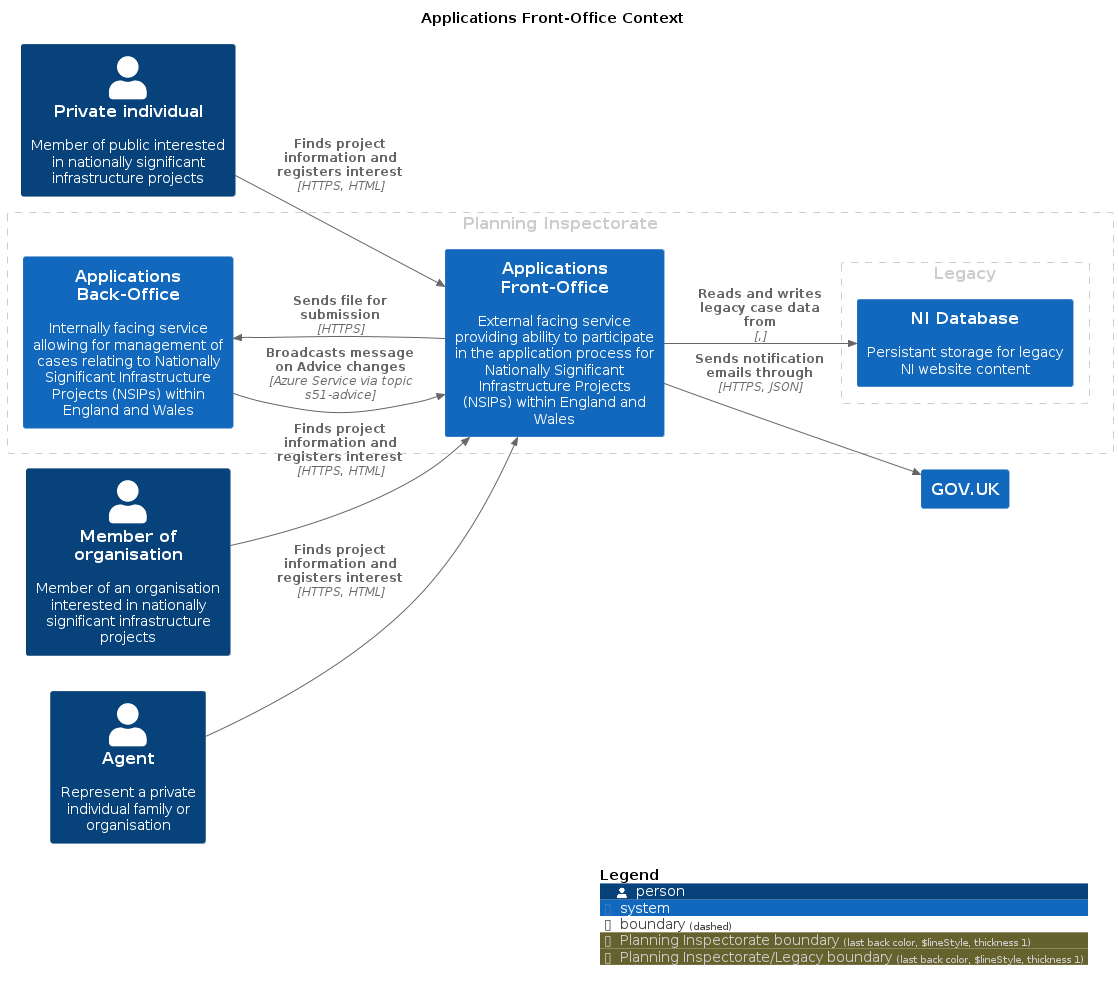
Earlier version of the PlantUML export master/png/ApplicationsFOContext.png (Planning-Inspectorate/applications-service).
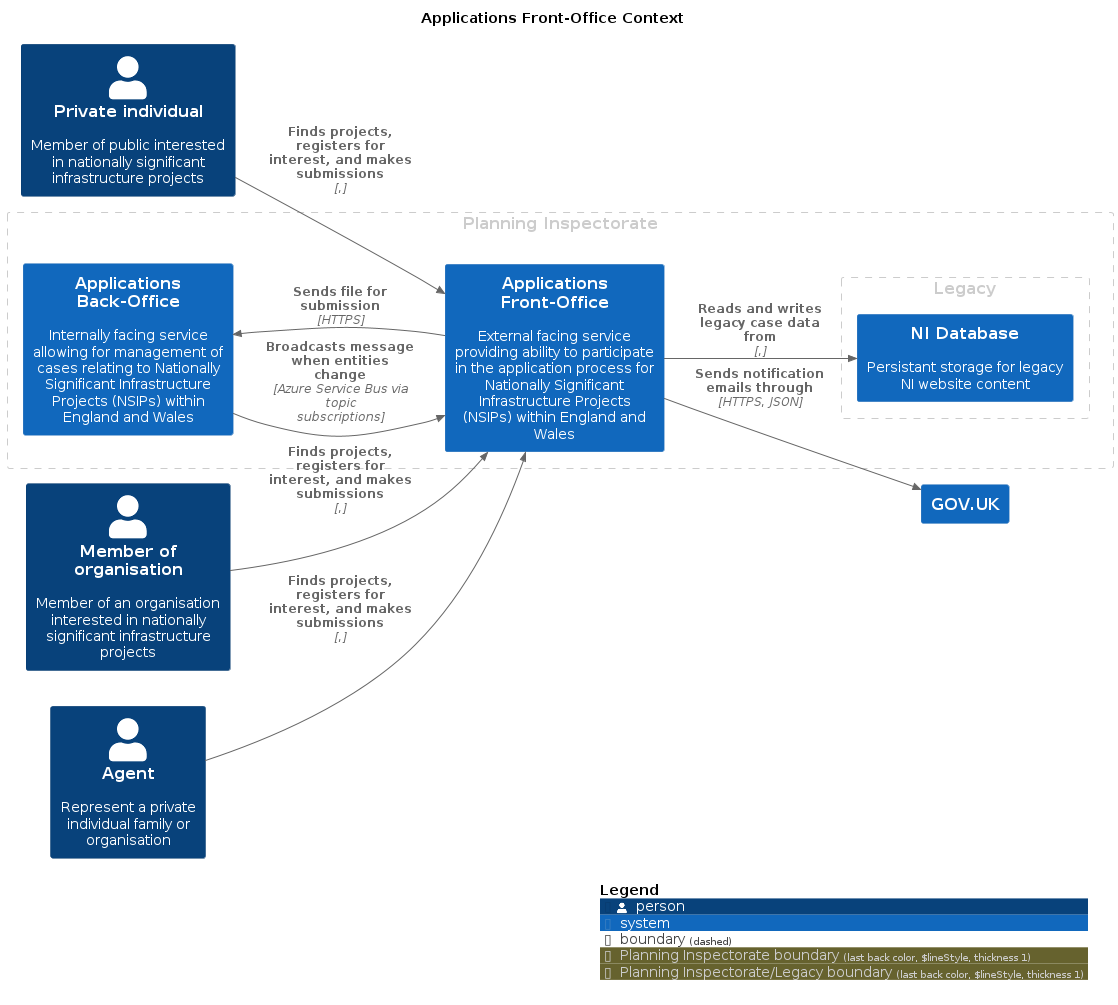
Later version of the same file.

Diff of the diagram source:
```diff
@@ -24,10 +24,10 @@
 System(GOVUK, "GOV.UK", $descr="", $tags="", $link="")
 
 Rel(ApplicationsFrontOffice, ApplicationsBackOffice, "Sends file for submission", $techn="HTTPS", $tags="", $link="")
-Rel(Privateindividual, ApplicationsFrontOffice, "Finds project information and registers interest", $techn="HTTPS, HTML", $tags="", $link="")
-Rel(Memberoforganisation, ApplicationsFrontOffice, "Finds project information and registers interest", $techn="HTTPS, HTML", $tags="", $link="")
-Rel(Agent, ApplicationsFrontOffice, "Finds project information and registers interest", $techn="HTTPS, HTML", $tags="", $link="")
-Rel(ApplicationsBackOffice, ApplicationsFrontOffice, "Broadcasts message on Advice changes", $techn="Azure Service via topic s51-advice", $tags="", $link="")
+Rel(Privateindividual, ApplicationsFrontOffice, "Finds projects, registers for interest, and makes submissions", $techn=",", $tags="", $link="")
+Rel(Memberoforganisation, ApplicationsFrontOffice, "Finds projects, registers for interest, and makes submissions", $techn=",", $tags="", $link="")
+Rel(Agent, ApplicationsFrontOffice, "Finds projects, registers for interest, and makes submissions", $techn=",", $tags="", $link="")
+Rel(ApplicationsBackOffice, ApplicationsFrontOffice, "Broadcasts message when entities change", $techn="Azure Service Bus via topic subscriptions", $tags="", $link="")
 Rel(ApplicationsFrontOffice, GOVUK, "Sends notification emails through", $techn="HTTPS, JSON", $tags="", $link="")
 Rel(ApplicationsFrontOffice, NIDatabase, "Reads and writes legacy case data from", $techn=",", $tags="", $link="")
 
```
